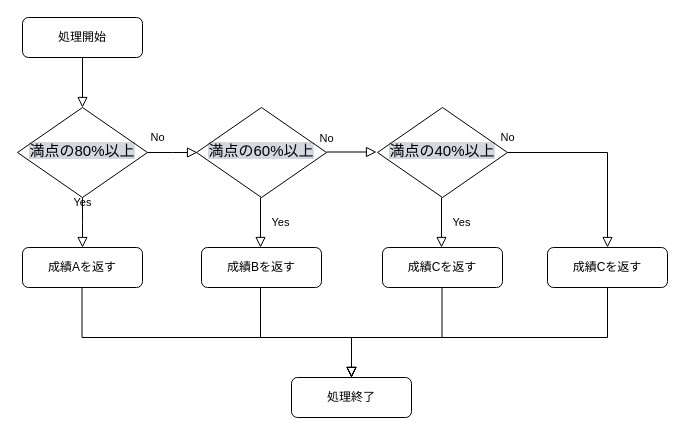
The draw.io diagram Untitled Diagram.drawio in masuda-yusei/javascript, before the edit. Source tidied: cells renumbered, new cells numbered last; positions are measured from the earlier drawing's top-left corner, leaving out a move shared by most shapes. Both pictures are drawn from the tidied source at 100%, with x=0, y=0 at pixel (17, 17).
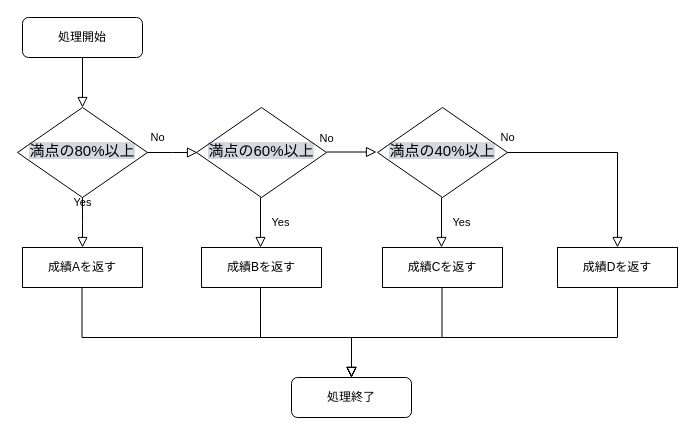
After the change.

Commit message (it also covers changes not shown here):
Untitled Diagram.drawio を更新します

The change refers to these unchanged cells:
```xml
<mxCell id="7" value="処理終了" style="rounded=1;whiteSpace=wrap;html=1;fontSize=12;glass=0;strokeWidth=1;shadow=0;" parent="1" vertex="1">
  <mxGeometry x="274" y="360" width="120" height="40" as="geometry" />
</mxCell>
<mxCell id="15" value="&lt;span style=&quot;font-family: , &amp;#34;yu gothic&amp;#34; , , &amp;#34;yugothic&amp;#34; , , , sans-serif ; font-size: 15px ; background-color: rgba(35 , 58 , 97 , 0.2)&quot;&gt;満点の40%以上&lt;/span&gt;" style="rhombus;whiteSpace=wrap;html=1;shadow=0;fontFamily=Helvetica;fontSize=12;align=center;strokeWidth=1;spacing=6;spacingTop=-4;" parent="1" vertex="1">
  <mxGeometry x="360" y="90" width="130" height="90" as="geometry" />
</mxCell>
```

What changed in the source:
```diff
@@
-    <mxCell id="8" value="成績Aを返す" style="rounded=1;whiteSpace=wrap;html=1;fontSize=12;glass=0;strokeWidth=1;shadow=0;" parent="1" vertex="1">
-      <mxGeometry x="5" y="230" width="120" height="40" as="geometry" />
-    </mxCell>
@@
-    <mxCell id="13" value="成績Bを返す" style="rounded=1;whiteSpace=wrap;html=1;fontSize=12;glass=0;strokeWidth=1;shadow=0;" parent="1" vertex="1">
-      <mxGeometry x="184" y="230" width="120" height="40" as="geometry" />
-    </mxCell>
@@
-    <mxCell id="17" value="成績Cを返す" style="rounded=1;whiteSpace=wrap;html=1;fontSize=12;glass=0;strokeWidth=1;shadow=0;" parent="1" vertex="1">
-      <mxGeometry x="365" y="230" width="120" height="40" as="geometry" />
-    </mxCell>
@@
-    <mxCell id="19" value="No" style="edgeStyle=orthogonalEdgeStyle;rounded=0;html=1;jettySize=auto;fontSize=11;endArrow=block;endFill=0;endSize=8;strokeWidth=1;shadow=0;labelBackgroundColor=none;exitX=1;exitY=0.5;exitDx=0;exitDy=0;entryX=0.5;entryY=0;entryDx=0;entryDy=0;" parent="1" edge="1" source="15" target="20">
+    <mxCell id="19" value="No" style="edgeStyle=orthogonalEdgeStyle;rounded=0;html=1;jettySize=auto;fontSize=11;endArrow=block;endFill=0;endSize=8;strokeWidth=1;shadow=0;labelBackgroundColor=none;exitX=1;exitY=0.5;exitDx=0;exitDy=0;entryX=0.5;entryY=0;entryDx=0;entryDy=0;" parent="1" edge="1" source="15" target="23">
       <mxGeometry x="-1" y="15" relative="1" as="geometry">
         <Array as="points">
-          <mxPoint x="590" y="135" />
+          <mxPoint x="600" y="135" />
         </Array>
       </mxGeometry>
     </mxCell>
-    <mxCell id="20" value="成績Cを返す" style="rounded=1;whiteSpace=wrap;html=1;fontSize=12;glass=0;strokeWidth=1;shadow=0;" parent="1" vertex="1">
-      <mxGeometry x="530" y="230" width="120" height="40" as="geometry" />
-    </mxCell>
-    <mxCell id="21" style="rounded=0;html=1;jettySize=auto;fontSize=11;endArrow=block;endFill=0;endSize=8;strokeWidth=1;shadow=0;labelBackgroundColor=none;edgeStyle=orthogonalEdgeStyle;exitX=0.5;exitY=1;exitDx=0;exitDy=0;entryX=0.5;entryY=0;entryDx=0;entryDy=0;" parent="1" edge="1" source="20" target="7">
+    <mxCell id="21" style="rounded=0;html=1;jettySize=auto;fontSize=11;endArrow=block;endFill=0;endSize=8;strokeWidth=1;shadow=0;labelBackgroundColor=none;edgeStyle=orthogonalEdgeStyle;exitX=0.5;exitY=1;exitDx=0;exitDy=0;entryX=0.5;entryY=0;entryDx=0;entryDy=0;" parent="1" edge="1" source="23" target="7">
       <mxGeometry relative="1" as="geometry">
         <Array as="points">
-          <mxPoint x="590" y="320" />
+          <mxPoint x="600" y="320" />
           <mxPoint x="334" y="320" />
         </Array>
       </mxGeometry>
     </mxCell>
+    <mxCell id="8" value="成績Aを返す" style="rounded=0;whiteSpace=wrap;html=1;" parent="1" vertex="1">
+      <mxGeometry x="5" y="230" width="120" height="40" as="geometry" />
+    </mxCell>
+    <mxCell id="13" value="成績Bを返す" style="rounded=0;whiteSpace=wrap;html=1;" parent="1" vertex="1">
+      <mxGeometry x="184" y="230" width="120" height="40" as="geometry" />
+    </mxCell>
+    <mxCell id="22" value="成績Cを返す" style="rounded=0;whiteSpace=wrap;html=1;" parent="1" vertex="1">
+      <mxGeometry x="365" y="230" width="120" height="40" as="geometry" />
+    </mxCell>
+    <mxCell id="23" value="成績Dを返す" style="rounded=0;whiteSpace=wrap;html=1;" parent="1" vertex="1">
+      <mxGeometry x="540" y="230" width="120" height="40" as="geometry" />
+    </mxCell>
```
